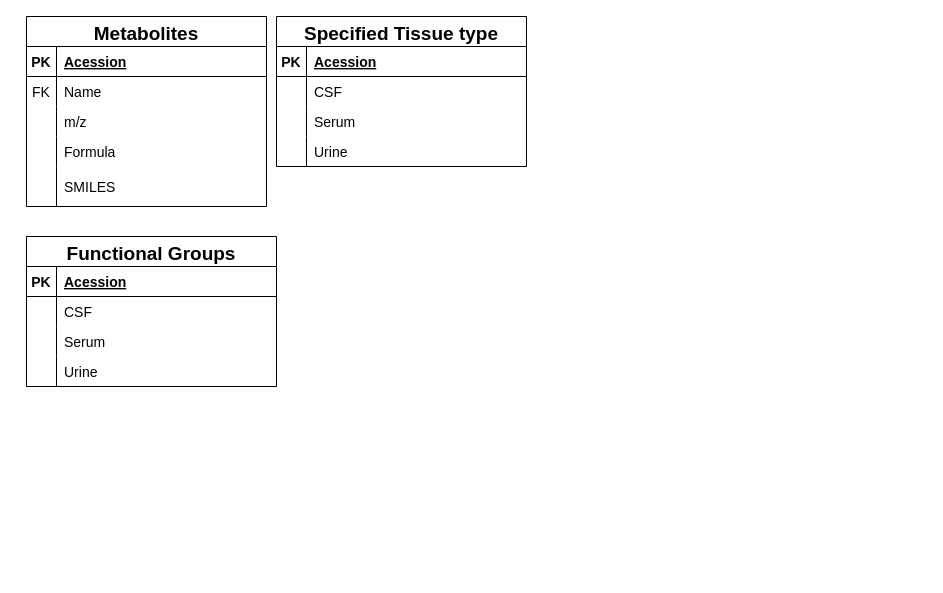
This is met-id/databases/db-structure.drawio from pbjarterot/Met-ID, a draw.io file, before an edit. Source tidied: cells renumbered, new cells numbered last; positions are measured from the earlier drawing's top-left corner, leaving out a move shared by most shapes. Both pictures are drawn from the tidied source at 100%, with x=0, y=0 at pixel (26, 16).
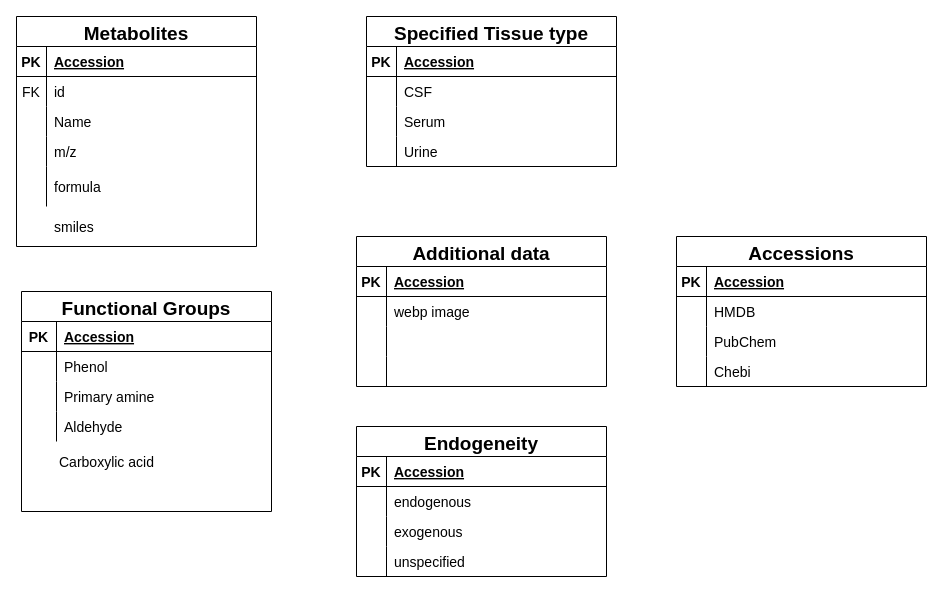
The same page after the edit.

Unchanged cells that the change refers to:
```xml
<mxCell id="4" style="shape=tableRow;horizontal=0;startSize=0;swimlaneHead=0;swimlaneBody=0;fillColor=none;top=0;left=0;right=0;bottom=1;strokeColor=default;fontSize=14;" parent="3" vertex="1">
  <mxGeometry y="30" width="240" height="30" as="geometry" />
</mxCell>
<mxCell id="7" style="shape=tableRow;horizontal=0;startSize=0;swimlaneHead=0;swimlaneBody=0;fillColor=none;top=0;left=0;right=0;bottom=0;strokeColor=default;fontSize=14;" parent="3" vertex="1">
  <mxGeometry y="60" width="240" height="30" as="geometry" />
</mxCell>
<mxCell id="10" style="shape=tableRow;horizontal=0;startSize=0;swimlaneHead=0;swimlaneBody=0;fillColor=none;top=0;left=0;right=0;bottom=0;strokeColor=default;fontSize=14;" parent="3" vertex="1">
  <mxGeometry y="90" width="240" height="30" as="geometry" />
</mxCell>
<mxCell id="13" style="shape=tableRow;horizontal=0;startSize=0;swimlaneHead=0;swimlaneBody=0;fillColor=none;top=0;left=0;right=0;bottom=0;strokeColor=default;fontSize=14;" parent="3" vertex="1">
  <mxGeometry y="120" width="240" height="30" as="geometry" />
</mxCell>
<mxCell id="16" style="shape=tableRow;horizontal=0;startSize=0;swimlaneHead=0;swimlaneBody=0;fillColor=none;top=0;left=0;right=0;bottom=0;strokeColor=default;fontSize=14;" parent="3" vertex="1">
  <mxGeometry y="150" width="240" height="40" as="geometry" />
</mxCell>
<mxCell id="20" style="shape=tableRow;horizontal=0;startSize=0;swimlaneHead=0;swimlaneBody=0;fillColor=none;top=0;left=0;right=0;bottom=1;strokeColor=default;fontSize=19;" parent="19" vertex="1">
  <mxGeometry y="30" width="250" height="30" as="geometry" />
</mxCell>
<mxCell id="33" style="shape=tableRow;horizontal=0;startSize=0;swimlaneHead=0;swimlaneBody=0;fillColor=none;top=0;left=0;right=0;bottom=1;strokeColor=default;fontSize=19;" parent="32" vertex="1">
  <mxGeometry y="30" width="250" height="30" as="geometry" />
</mxCell>
<mxCell id="36" style="shape=tableRow;horizontal=0;startSize=0;swimlaneHead=0;swimlaneBody=0;fillColor=none;top=0;left=0;right=0;bottom=0;strokeColor=default;fontSize=19;" parent="32" vertex="1">
  <mxGeometry y="60" width="250" height="30" as="geometry" />
</mxCell>
<mxCell id="39" style="shape=tableRow;horizontal=0;startSize=0;swimlaneHead=0;swimlaneBody=0;fillColor=none;top=0;left=0;right=0;bottom=0;strokeColor=default;fontSize=19;" parent="32" vertex="1">
  <mxGeometry y="90" width="250" height="30" as="geometry" />
</mxCell>
<mxCell id="42" style="shape=tableRow;horizontal=0;startSize=0;swimlaneHead=0;swimlaneBody=0;fillColor=none;top=0;left=0;right=0;bottom=0;strokeColor=default;fontSize=19;" parent="32" vertex="1">
  <mxGeometry y="120" width="250" height="30" as="geometry" />
</mxCell>
```

Change to the diagram source:
```diff
@@
     <mxCell id="3" value="Metabolites" style="shape=table;startSize=30;childLayout=tableLayout;rowLines=0;fontStyle=1;align=center;strokeColor=default;fontSize=19;fillColor=none;" parent="1" vertex="1">
-      <mxGeometry width="240" height="190" as="geometry" />
+      <mxGeometry x="-10" width="240" height="230" as="geometry" />
     </mxCell>
@@
-    <mxCell id="6" value="Acession" style="shape=partialRectangle;fillColor=none;top=0;left=0;bottom=0;right=0;align=left;spacingLeft=6;fontStyle=5;overflow=hidden;strokeColor=default;fontSize=14;" parent="4" vertex="1">
+    <mxCell id="6" value="Accession" style="shape=partialRectangle;fillColor=none;top=0;left=0;bottom=0;right=0;align=left;spacingLeft=6;fontStyle=5;overflow=hidden;strokeColor=default;fontSize=14;" parent="4" vertex="1">
       <mxGeometry x="30" width="210" height="30" as="geometry" />
     </mxCell>
@@
-    <mxCell id="9" value="Name" style="shape=partialRectangle;fillColor=none;top=0;left=0;bottom=0;right=0;align=left;spacingLeft=6;overflow=hidden;strokeColor=default;fontSize=14;" parent="7" vertex="1">
+    <mxCell id="9" value="id" style="shape=partialRectangle;fillColor=none;top=0;left=0;bottom=0;right=0;align=left;spacingLeft=6;overflow=hidden;strokeColor=default;fontSize=14;" parent="7" vertex="1">
       <mxGeometry x="30" width="210" height="30" as="geometry" />
     </mxCell>
@@
-    <mxCell id="12" value="m/z" style="shape=partialRectangle;fillColor=none;top=0;left=0;bottom=0;right=0;align=left;spacingLeft=6;overflow=hidden;strokeColor=default;fontSize=14;" parent="10" vertex="1">
+    <mxCell id="12" value="Name" style="shape=partialRectangle;fillColor=none;top=0;left=0;bottom=0;right=0;align=left;spacingLeft=6;overflow=hidden;strokeColor=default;fontSize=14;" parent="10" vertex="1">
       <mxGeometry x="30" width="210" height="30" as="geometry" />
     </mxCell>
@@
-    <mxCell id="15" value="Formula" style="shape=partialRectangle;fillColor=none;top=0;left=0;bottom=0;right=0;align=left;spacingLeft=6;overflow=hidden;strokeColor=default;fontSize=14;" parent="13" vertex="1">
+    <mxCell id="15" value="m/z" style="shape=partialRectangle;fillColor=none;top=0;left=0;bottom=0;right=0;align=left;spacingLeft=6;overflow=hidden;strokeColor=default;fontSize=14;" parent="13" vertex="1">
       <mxGeometry x="30" width="210" height="30" as="geometry" />
     </mxCell>
@@
-    <mxCell id="18" value="SMILES" style="shape=partialRectangle;fillColor=none;top=0;left=0;bottom=0;right=0;align=left;spacingLeft=6;overflow=hidden;strokeColor=default;fontSize=14;" parent="16" vertex="1">
+    <mxCell id="18" value="formula" style="shape=partialRectangle;fillColor=none;top=0;left=0;bottom=0;right=0;align=left;spacingLeft=6;overflow=hidden;strokeColor=default;fontSize=14;" parent="16" vertex="1">
       <mxGeometry x="30" width="210" height="40" as="geometry" />
     </mxCell>
     <mxCell id="19" value="Specified Tissue type" style="shape=table;startSize=30;childLayout=tableLayout;rowLines=0;fontStyle=1;align=center;strokeColor=default;fontSize=19;fillColor=none;" parent="1" vertex="1">
-      <mxGeometry x="250" width="250" height="150" as="geometry" />
+      <mxGeometry x="340" width="250" height="150" as="geometry" />
     </mxCell>
@@
-    <mxCell id="22" value="Acession" style="shape=partialRectangle;fillColor=none;top=0;left=0;bottom=0;right=0;align=left;spacingLeft=6;fontStyle=5;overflow=hidden;strokeColor=default;fontSize=14;" parent="20" vertex="1">
+    <mxCell id="22" value="Accession" style="shape=partialRectangle;fillColor=none;top=0;left=0;bottom=0;right=0;align=left;spacingLeft=6;fontStyle=5;overflow=hidden;strokeColor=default;fontSize=14;" parent="20" vertex="1">
       <mxGeometry x="30" width="220" height="30" as="geometry" />
     </mxCell>
@@
     <mxCell id="32" value="Functional Groups" style="shape=table;startSize=30;childLayout=tableLayout;rowLines=0;fontStyle=1;align=center;strokeColor=default;fontSize=19;fillColor=none;" parent="1" vertex="1">
-      <mxGeometry y="220" width="250" height="150" as="geometry" />
+      <mxGeometry x="-5" y="275" width="250" height="220" as="geometry" />
     </mxCell>
@@
     <mxCell id="34" value="PK" style="shape=partialRectangle;fillColor=none;top=0;left=0;bottom=0;right=0;fontStyle=1;overflow=hidden;strokeColor=default;fontSize=14;" parent="33" vertex="1">
-      <mxGeometry width="30" height="30" as="geometry" />
+      <mxGeometry width="35" height="30" as="geometry" />
     </mxCell>
-    <mxCell id="35" value="Acession" style="shape=partialRectangle;fillColor=none;top=0;left=0;bottom=0;right=0;align=left;spacingLeft=6;fontStyle=5;overflow=hidden;strokeColor=default;fontSize=14;" parent="33" vertex="1">
-      <mxGeometry x="30" width="220" height="30" as="geometry" />
+    <mxCell id="35" value="Accession" style="shape=partialRectangle;fillColor=none;top=0;left=0;bottom=0;right=0;align=left;spacingLeft=6;fontStyle=5;overflow=hidden;strokeColor=default;fontSize=14;" parent="33" vertex="1">
+      <mxGeometry x="35" width="215" height="30" as="geometry" />
     </mxCell>
@@
     <mxCell id="37" style="shape=partialRectangle;fillColor=none;top=0;left=0;bottom=0;right=0;overflow=hidden;strokeColor=default;fontSize=14;" parent="36" vertex="1">
-      <mxGeometry width="30" height="30" as="geometry" />
+      <mxGeometry width="35" height="30" as="geometry" />
     </mxCell>
-    <mxCell id="38" value="CSF" style="shape=partialRectangle;fillColor=none;top=0;left=0;bottom=0;right=0;align=left;spacingLeft=6;overflow=hidden;strokeColor=default;fontSize=14;" parent="36" vertex="1">
-      <mxGeometry x="30" width="220" height="30" as="geometry" />
+    <mxCell id="38" value="Phenol" style="shape=partialRectangle;fillColor=none;top=0;left=0;bottom=0;right=0;align=left;spacingLeft=6;overflow=hidden;strokeColor=default;fontSize=14;" parent="36" vertex="1">
+      <mxGeometry x="35" width="215" height="30" as="geometry" />
     </mxCell>
@@
     <mxCell id="40" style="shape=partialRectangle;fillColor=none;top=0;left=0;bottom=0;right=0;overflow=hidden;strokeColor=default;fontSize=19;" parent="39" vertex="1">
-      <mxGeometry width="30" height="30" as="geometry" />
+      <mxGeometry width="35" height="30" as="geometry" />
     </mxCell>
-    <mxCell id="41" value="Serum" style="shape=partialRectangle;fillColor=none;top=0;left=0;bottom=0;right=0;align=left;spacingLeft=6;overflow=hidden;strokeColor=default;fontSize=14;" parent="39" vertex="1">
-      <mxGeometry x="30" width="220" height="30" as="geometry" />
+    <mxCell id="41" value="Primary amine" style="shape=partialRectangle;fillColor=none;top=0;left=0;bottom=0;right=0;align=left;spacingLeft=6;overflow=hidden;strokeColor=default;fontSize=14;" parent="39" vertex="1">
+      <mxGeometry x="35" width="215" height="30" as="geometry" />
     </mxCell>
@@
     <mxCell id="43" style="shape=partialRectangle;fillColor=none;top=0;left=0;bottom=0;right=0;overflow=hidden;strokeColor=default;fontSize=19;" parent="42" vertex="1">
-      <mxGeometry width="30" height="30" as="geometry" />
+      <mxGeometry width="35" height="30" as="geometry" />
     </mxCell>
-    <mxCell id="44" value="Urine" style="shape=partialRectangle;fillColor=none;top=0;left=0;bottom=0;right=0;align=left;spacingLeft=6;overflow=hidden;strokeColor=default;fontSize=14;" parent="42" vertex="1">
-      <mxGeometry x="30" width="220" height="30" as="geometry" />
+    <mxCell id="44" value="Aldehyde" style="shape=partialRectangle;fillColor=none;top=0;left=0;bottom=0;right=0;align=left;spacingLeft=6;overflow=hidden;strokeColor=default;fontSize=14;" parent="42" vertex="1">
+      <mxGeometry x="35" width="215" height="30" as="geometry" />
     </mxCell>
+    <mxCell id="45" value="Additional data" style="shape=table;startSize=30;childLayout=tableLayout;rowLines=0;fontStyle=1;align=center;strokeColor=default;fontSize=19;fillColor=none;" parent="1" vertex="1">
+      <mxGeometry x="330" y="220" width="250" height="150" as="geometry" />
+    </mxCell>
+    <mxCell id="46" style="shape=tableRow;horizontal=0;startSize=0;swimlaneHead=0;swimlaneBody=0;fillColor=none;top=0;left=0;right=0;bottom=1;strokeColor=default;fontSize=19;" parent="45" vertex="1">
+      <mxGeometry y="30" width="250" height="30" as="geometry" />
+    </mxCell>
+    <mxCell id="47" value="PK" style="shape=partialRectangle;fillColor=none;top=0;left=0;bottom=0;right=0;fontStyle=1;overflow=hidden;strokeColor=default;fontSize=14;" parent="46" vertex="1">
+      <mxGeometry width="30" height="30" as="geometry" />
+    </mxCell>
+    <mxCell id="48" value="Accession" style="shape=partialRectangle;fillColor=none;top=0;left=0;bottom=0;right=0;align=left;spacingLeft=6;fontStyle=5;overflow=hidden;strokeColor=default;fontSize=14;" parent="46" vertex="1">
+      <mxGeometry x="30" width="220" height="30" as="geometry" />
+    </mxCell>
+    <mxCell id="49" style="shape=tableRow;horizontal=0;startSize=0;swimlaneHead=0;swimlaneBody=0;fillColor=none;top=0;left=0;right=0;bottom=0;strokeColor=default;fontSize=19;" parent="45" vertex="1">
+      <mxGeometry y="60" width="250" height="30" as="geometry" />
+    </mxCell>
+    <mxCell id="50" style="shape=partialRectangle;fillColor=none;top=0;left=0;bottom=0;right=0;overflow=hidden;strokeColor=default;fontSize=14;" parent="49" vertex="1">
+      <mxGeometry width="30" height="30" as="geometry" />
+    </mxCell>
+    <mxCell id="51" value="webp image" style="shape=partialRectangle;fillColor=none;top=0;left=0;bottom=0;right=0;align=left;spacingLeft=6;overflow=hidden;strokeColor=default;fontSize=14;" parent="49" vertex="1">
+      <mxGeometry x="30" width="220" height="30" as="geometry" />
+    </mxCell>
+    <mxCell id="52" style="shape=tableRow;horizontal=0;startSize=0;swimlaneHead=0;swimlaneBody=0;fillColor=none;top=0;left=0;right=0;bottom=0;strokeColor=default;fontSize=19;" parent="45" vertex="1">
+      <mxGeometry y="90" width="250" height="30" as="geometry" />
+    </mxCell>
+    <mxCell id="53" style="shape=partialRectangle;fillColor=none;top=0;left=0;bottom=0;right=0;overflow=hidden;strokeColor=default;fontSize=19;" parent="52" vertex="1">
+      <mxGeometry width="30" height="30" as="geometry" />
+    </mxCell>
+    <mxCell id="54" style="shape=partialRectangle;fillColor=none;top=0;left=0;bottom=0;right=0;align=left;spacingLeft=6;overflow=hidden;strokeColor=default;fontSize=14;" parent="52" vertex="1">
+      <mxGeometry x="30" width="220" height="30" as="geometry" />
+    </mxCell>
+    <mxCell id="55" style="shape=tableRow;horizontal=0;startSize=0;swimlaneHead=0;swimlaneBody=0;fillColor=none;top=0;left=0;right=0;bottom=0;strokeColor=default;fontSize=19;" parent="45" vertex="1">
+      <mxGeometry y="120" width="250" height="30" as="geometry" />
+    </mxCell>
+    <mxCell id="56" style="shape=partialRectangle;fillColor=none;top=0;left=0;bottom=0;right=0;overflow=hidden;strokeColor=default;fontSize=19;" parent="55" vertex="1">
+      <mxGeometry width="30" height="30" as="geometry" />
+    </mxCell>
+    <mxCell id="57" style="shape=partialRectangle;fillColor=none;top=0;left=0;bottom=0;right=0;align=left;spacingLeft=6;overflow=hidden;strokeColor=default;fontSize=14;" parent="55" vertex="1">
+      <mxGeometry x="30" width="220" height="30" as="geometry" />
+    </mxCell>
+    <mxCell id="58" value="Accessions" style="shape=table;startSize=30;childLayout=tableLayout;rowLines=0;fontStyle=1;align=center;strokeColor=default;fontSize=19;fillColor=none;" parent="1" vertex="1">
+      <mxGeometry x="650" y="220" width="250" height="150" as="geometry" />
+    </mxCell>
+    <mxCell id="59" style="shape=tableRow;horizontal=0;startSize=0;swimlaneHead=0;swimlaneBody=0;fillColor=none;top=0;left=0;right=0;bottom=1;strokeColor=default;fontSize=19;" parent="58" vertex="1">
+      <mxGeometry y="30" width="250" height="30" as="geometry" />
+    </mxCell>
+    <mxCell id="60" value="PK" style="shape=partialRectangle;fillColor=none;top=0;left=0;bottom=0;right=0;fontStyle=1;overflow=hidden;strokeColor=default;fontSize=14;" parent="59" vertex="1">
+      <mxGeometry width="30" height="30" as="geometry" />
+    </mxCell>
+    <mxCell id="61" value="Accession" style="shape=partialRectangle;fillColor=none;top=0;left=0;bottom=0;right=0;align=left;spacingLeft=6;fontStyle=5;overflow=hidden;strokeColor=default;fontSize=14;" parent="59" vertex="1">
+      <mxGeometry x="30" width="220" height="30" as="geometry" />
+    </mxCell>
+    <mxCell id="62" style="shape=tableRow;horizontal=0;startSize=0;swimlaneHead=0;swimlaneBody=0;fillColor=none;top=0;left=0;right=0;bottom=0;strokeColor=default;fontSize=19;" parent="58" vertex="1">
+      <mxGeometry y="60" width="250" height="30" as="geometry" />
+    </mxCell>
+    <mxCell id="63" style="shape=partialRectangle;fillColor=none;top=0;left=0;bottom=0;right=0;overflow=hidden;strokeColor=default;fontSize=14;" parent="62" vertex="1">
+      <mxGeometry width="30" height="30" as="geometry" />
+    </mxCell>
+    <mxCell id="64" value="HMDB" style="shape=partialRectangle;fillColor=none;top=0;left=0;bottom=0;right=0;align=left;spacingLeft=6;overflow=hidden;strokeColor=default;fontSize=14;" parent="62" vertex="1">
+      <mxGeometry x="30" width="220" height="30" as="geometry" />
+    </mxCell>
+    <mxCell id="65" style="shape=tableRow;horizontal=0;startSize=0;swimlaneHead=0;swimlaneBody=0;fillColor=none;top=0;left=0;right=0;bottom=0;strokeColor=default;fontSize=19;" parent="58" vertex="1">
+      <mxGeometry y="90" width="250" height="30" as="geometry" />
+    </mxCell>
+    <mxCell id="66" style="shape=partialRectangle;fillColor=none;top=0;left=0;bottom=0;right=0;overflow=hidden;strokeColor=default;fontSize=19;" parent="65" vertex="1">
+      <mxGeometry width="30" height="30" as="geometry" />
+    </mxCell>
+    <mxCell id="67" value="PubChem" style="shape=partialRectangle;fillColor=none;top=0;left=0;bottom=0;right=0;align=left;spacingLeft=6;overflow=hidden;strokeColor=default;fontSize=14;" parent="65" vertex="1">
+      <mxGeometry x="30" width="220" height="30" as="geometry" />
+    </mxCell>
+    <mxCell id="68" style="shape=tableRow;horizontal=0;startSize=0;swimlaneHead=0;swimlaneBody=0;fillColor=none;top=0;left=0;right=0;bottom=0;strokeColor=default;fontSize=19;" parent="58" vertex="1">
+      <mxGeometry y="120" width="250" height="30" as="geometry" />
+    </mxCell>
+    <mxCell id="69" style="shape=partialRectangle;fillColor=none;top=0;left=0;bottom=0;right=0;overflow=hidden;strokeColor=default;fontSize=19;" parent="68" vertex="1">
+      <mxGeometry width="30" height="30" as="geometry" />
+    </mxCell>
+    <mxCell id="70" value="Chebi" style="shape=partialRectangle;fillColor=none;top=0;left=0;bottom=0;right=0;align=left;spacingLeft=6;overflow=hidden;strokeColor=default;fontSize=14;" parent="68" vertex="1">
+      <mxGeometry x="30" width="220" height="30" as="geometry" />
+    </mxCell>
+    <mxCell id="71" value="Carboxylic acid" style="shape=partialRectangle;fillColor=none;top=0;left=0;bottom=0;right=0;align=left;spacingLeft=6;overflow=hidden;strokeColor=default;fontSize=14;" parent="1" vertex="1">
+      <mxGeometry x="25" y="430" width="220" height="30" as="geometry" />
+    </mxCell>
+    <mxCell id="72" value="smiles" style="shape=partialRectangle;fillColor=none;top=0;left=0;bottom=0;right=0;align=left;spacingLeft=6;overflow=hidden;strokeColor=default;fontSize=14;" parent="1" vertex="1">
+      <mxGeometry x="20" y="190" width="210" height="40" as="geometry" />
+    </mxCell>
+    <mxCell id="73" value="Endogeneity" style="shape=table;startSize=30;childLayout=tableLayout;rowLines=0;fontStyle=1;align=center;strokeColor=default;fontSize=19;fillColor=none;" parent="1" vertex="1">
+      <mxGeometry x="330" y="410" width="250" height="150" as="geometry" />
+    </mxCell>
+    <mxCell id="74" style="shape=tableRow;horizontal=0;startSize=0;swimlaneHead=0;swimlaneBody=0;fillColor=none;top=0;left=0;right=0;bottom=1;strokeColor=default;fontSize=19;" parent="73" vertex="1">
+      <mxGeometry y="30" width="250" height="30" as="geometry" />
+    </mxCell>
+    <mxCell id="75" value="PK" style="shape=partialRectangle;fillColor=none;top=0;left=0;bottom=0;right=0;fontStyle=1;overflow=hidden;strokeColor=default;fontSize=14;" parent="74" vertex="1">
+      <mxGeometry width="30" height="30" as="geometry" />
+    </mxCell>
+    <mxCell id="76" value="Accession" style="shape=partialRectangle;fillColor=none;top=0;left=0;bottom=0;right=0;align=left;spacingLeft=6;fontStyle=5;overflow=hidden;strokeColor=default;fontSize=14;" parent="74" vertex="1">
+      <mxGeometry x="30" width="220" height="30" as="geometry" />
+    </mxCell>
+    <mxCell id="77" style="shape=tableRow;horizontal=0;startSize=0;swimlaneHead=0;swimlaneBody=0;fillColor=none;top=0;left=0;right=0;bottom=0;strokeColor=default;fontSize=19;" parent="73" vertex="1">
+      <mxGeometry y="60" width="250" height="30" as="geometry" />
+    </mxCell>
+    <mxCell id="78" style="shape=partialRectangle;fillColor=none;top=0;left=0;bottom=0;right=0;overflow=hidden;strokeColor=default;fontSize=14;" parent="77" vertex="1">
+      <mxGeometry width="30" height="30" as="geometry" />
+    </mxCell>
+    <mxCell id="79" value="endogenous" style="shape=partialRectangle;fillColor=none;top=0;left=0;bottom=0;right=0;align=left;spacingLeft=6;overflow=hidden;strokeColor=default;fontSize=14;" parent="77" vertex="1">
+      <mxGeometry x="30" width="220" height="30" as="geometry" />
+    </mxCell>
+    <mxCell id="80" style="shape=tableRow;horizontal=0;startSize=0;swimlaneHead=0;swimlaneBody=0;fillColor=none;top=0;left=0;right=0;bottom=0;strokeColor=default;fontSize=19;" parent="73" vertex="1">
+      <mxGeometry y="90" width="250" height="30" as="geometry" />
+    </mxCell>
+    <mxCell id="81" style="shape=partialRectangle;fillColor=none;top=0;left=0;bottom=0;right=0;overflow=hidden;strokeColor=default;fontSize=19;" parent="80" vertex="1">
+      <mxGeometry width="30" height="30" as="geometry" />
+    </mxCell>
+    <mxCell id="82" value="exogenous" style="shape=partialRectangle;fillColor=none;top=0;left=0;bottom=0;right=0;align=left;spacingLeft=6;overflow=hidden;strokeColor=default;fontSize=14;" parent="80" vertex="1">
+      <mxGeometry x="30" width="220" height="30" as="geometry" />
+    </mxCell>
+    <mxCell id="83" style="shape=tableRow;horizontal=0;startSize=0;swimlaneHead=0;swimlaneBody=0;fillColor=none;top=0;left=0;right=0;bottom=0;strokeColor=default;fontSize=19;" parent="73" vertex="1">
+      <mxGeometry y="120" width="250" height="30" as="geometry" />
+    </mxCell>
+    <mxCell id="84" style="shape=partialRectangle;fillColor=none;top=0;left=0;bottom=0;right=0;overflow=hidden;strokeColor=default;fontSize=19;" parent="83" vertex="1">
+      <mxGeometry width="30" height="30" as="geometry" />
+    </mxCell>
+    <mxCell id="85" value="unspecified" style="shape=partialRectangle;fillColor=none;top=0;left=0;bottom=0;right=0;align=left;spacingLeft=6;overflow=hidden;strokeColor=default;fontSize=14;" parent="83" vertex="1">
+      <mxGeometry x="30" width="220" height="30" as="geometry" />
+    </mxCell>
+    <mxCell id="86" style="shape=partialRectangle;fillColor=none;top=0;left=0;bottom=0;right=0;overflow=hidden;strokeColor=default;fontSize=19;" parent="1" vertex="1">
+      <mxGeometry x="-5" y="430" width="35" height="30" as="geometry" />
+    </mxCell>
```
